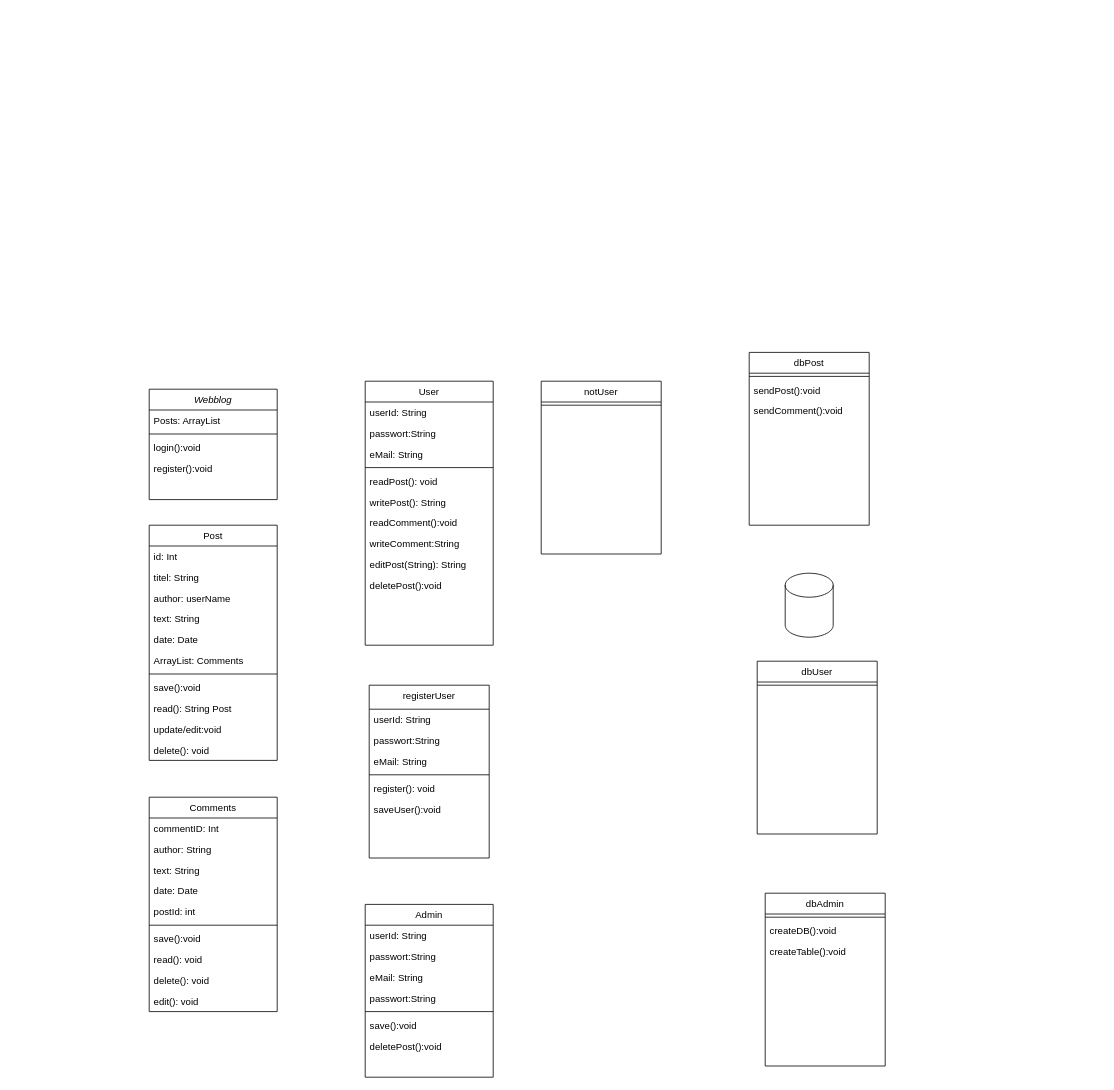
Earlier version of the draw.io diagram Webblog/TeamUnbesiegbar.drawio (Brights-DevOps-2022-Script/Team-Unbesiegbar). Source tidied: cells renumbered, new cells numbered last; positions are measured from the earlier drawing's top-left corner, leaving out a move shared by most shapes. Both pictures are drawn from the tidied source at 80%, with x=0, y=0 at pixel (149, 352).
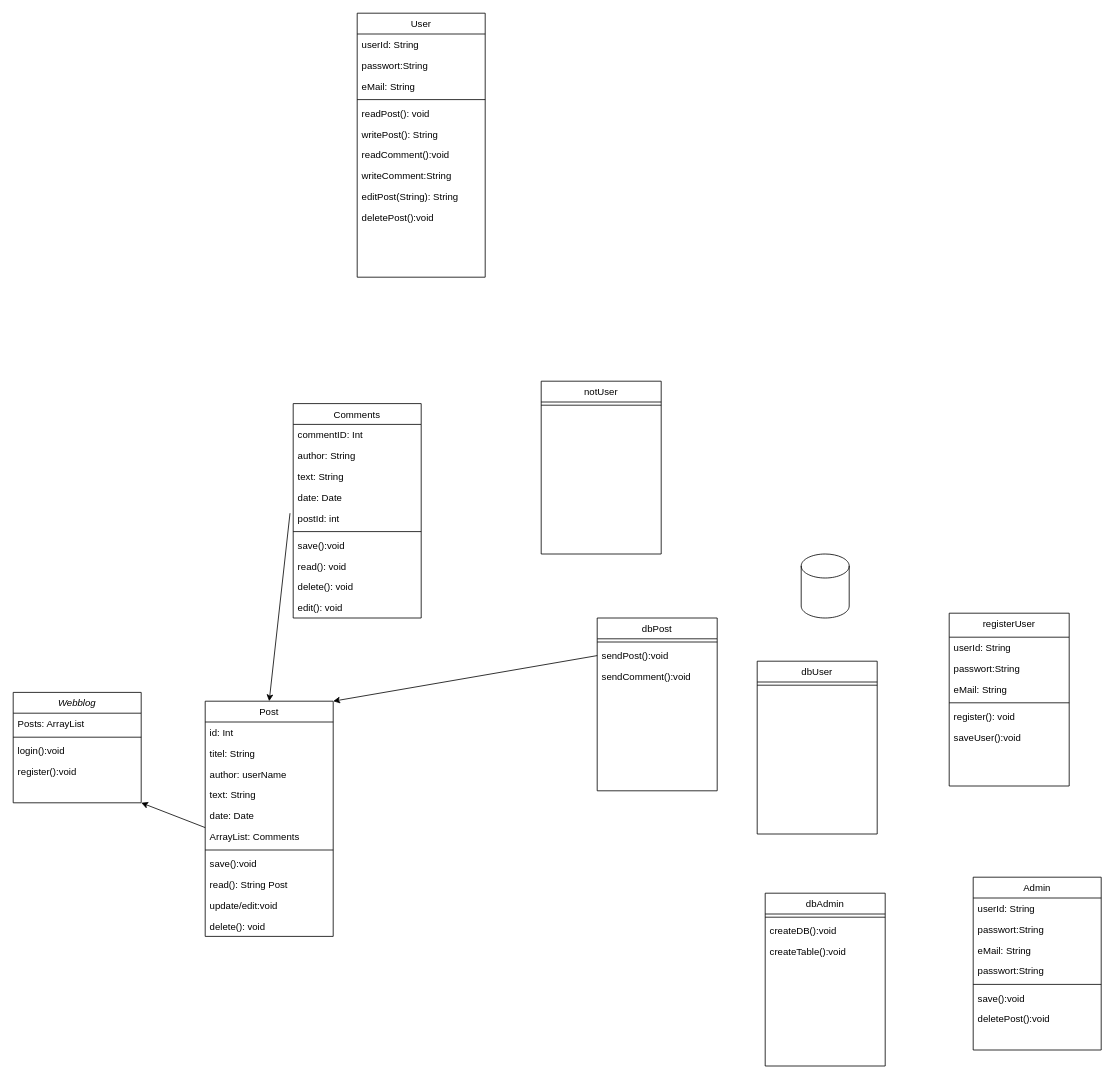
The same page after the edit.

Commit message:
msg vergessen

The change refers to these unchanged cells:
```xml
<mxCell id="23" value="postId: int" style="text;align=left;verticalAlign=top;spacingLeft=4;spacingRight=4;overflow=hidden;points=[[0,0.5],[1,0.5]];portConstraint=eastwest;" parent="18" vertex="1">
  <mxGeometry y="130" width="160" height="26" as="geometry" />
</mxCell>
<mxCell id="34" value="date: Date" style="text;align=left;verticalAlign=top;spacingLeft=4;spacingRight=4;overflow=hidden;points=[[0,0.5],[1,0.5]];portConstraint=eastwest;rounded=0;shadow=0;html=0;" parent="29" vertex="1">
  <mxGeometry y="130" width="160" height="26" as="geometry" />
</mxCell>
<mxCell id="61" value="sendPost():void" style="text;align=left;verticalAlign=top;spacingLeft=4;spacingRight=4;overflow=hidden;points=[[0,0.5],[1,0.5]];portConstraint=eastwest;rounded=0;shadow=0;html=0;" parent="59" vertex="1">
  <mxGeometry y="34" width="150" height="26" as="geometry" />
</mxCell>
```

What changed in the source:
```diff
@@
     <mxCell id="2" value="Webblog" style="swimlane;fontStyle=2;align=center;verticalAlign=top;horizontal=1;startSize=26;rounded=0;shadow=0;strokeWidth=1;" parent="1" vertex="1">
-      <mxGeometry y="46" width="160" height="138" as="geometry" />
+      <mxGeometry x="-170" y="425" width="160" height="138" as="geometry" />
     </mxCell>
@@
     <mxCell id="7" value="User" style="swimlane;fontStyle=0;align=center;verticalAlign=top;horizontal=1;startSize=26;rounded=0;shadow=0;strokeWidth=1;" parent="1" vertex="1">
-      <mxGeometry x="270" y="36" width="160" height="330" as="geometry" />
+      <mxGeometry x="260" y="-424" width="160" height="330" as="geometry" />
     </mxCell>
@@
     <mxCell id="18" value="Comments" style="swimlane;fontStyle=0;align=center;verticalAlign=top;horizontal=1;startSize=26;rounded=0;shadow=0;strokeWidth=1;" parent="1" vertex="1">
-      <mxGeometry y="556" width="160" height="268" as="geometry" />
+      <mxGeometry x="180" y="64" width="160" height="268" as="geometry" />
     </mxCell>
@@
     <mxCell id="29" value="Post" style="swimlane;fontStyle=0;align=center;verticalAlign=top;horizontal=1;startSize=26;rounded=0;shadow=0;strokeWidth=1;" parent="1" vertex="1">
-      <mxGeometry y="216" width="160" height="294" as="geometry" />
+      <mxGeometry x="70" y="436" width="160" height="294" as="geometry" />
     </mxCell>
@@
     <mxCell id="41" value="Admin" style="swimlane;fontStyle=0;align=center;verticalAlign=top;horizontal=1;startSize=26;rounded=0;shadow=0;strokeWidth=1;" parent="1" vertex="1">
-      <mxGeometry x="270" y="690" width="160" height="216" as="geometry" />
+      <mxGeometry x="1030" y="656" width="160" height="216" as="geometry" />
     </mxCell>
@@
     <mxCell id="51" value="registerUser" style="swimlane;fontStyle=0;align=center;verticalAlign=top;horizontal=1;startSize=30;rounded=0;shadow=0;strokeWidth=1;" parent="1" vertex="1">
-      <mxGeometry x="275" y="416" width="150" height="216" as="geometry" />
+      <mxGeometry x="1000" y="326" width="150" height="216" as="geometry" />
     </mxCell>
@@
     <mxCell id="58" style="shape=cylinder3;whiteSpace=wrap;html=1;boundedLbl=1;backgroundOutline=1;size=15;" parent="1" vertex="1">
-      <mxGeometry x="795" y="276" width="60" height="80" as="geometry" />
+      <mxGeometry x="815" y="252" width="60" height="80" as="geometry" />
     </mxCell>
     <mxCell id="59" value="dbPost" style="swimlane;fontStyle=0;align=center;verticalAlign=top;horizontal=1;startSize=26;rounded=0;shadow=0;strokeWidth=1;" parent="1" vertex="1">
-      <mxGeometry x="750" width="150" height="216" as="geometry" />
+      <mxGeometry x="560" y="332" width="150" height="216" as="geometry" />
     </mxCell>
@@
+    <mxCell id="69" style="edgeStyle=none;html=1;entryX=1;entryY=1;entryDx=0;entryDy=0;exitX=0;exitY=1.077;exitDx=0;exitDy=0;exitPerimeter=0;" parent="1" edge="1" source="34" target="2">
+      <mxGeometry relative="1" as="geometry" />
+    </mxCell>
+    <mxCell id="70" style="edgeStyle=none;html=1;exitX=0;exitY=0.5;exitDx=0;exitDy=0;entryX=1;entryY=0;entryDx=0;entryDy=0;" parent="1" edge="1" source="61" target="29">
+      <mxGeometry relative="1" as="geometry" />
+    </mxCell>
+    <mxCell id="71" style="edgeStyle=none;html=1;entryX=0.5;entryY=0;entryDx=0;entryDy=0;exitX=-0.025;exitY=0.269;exitDx=0;exitDy=0;exitPerimeter=0;" parent="1" edge="1" source="23" target="29">
+      <mxGeometry relative="1" as="geometry" />
+    </mxCell>
```
